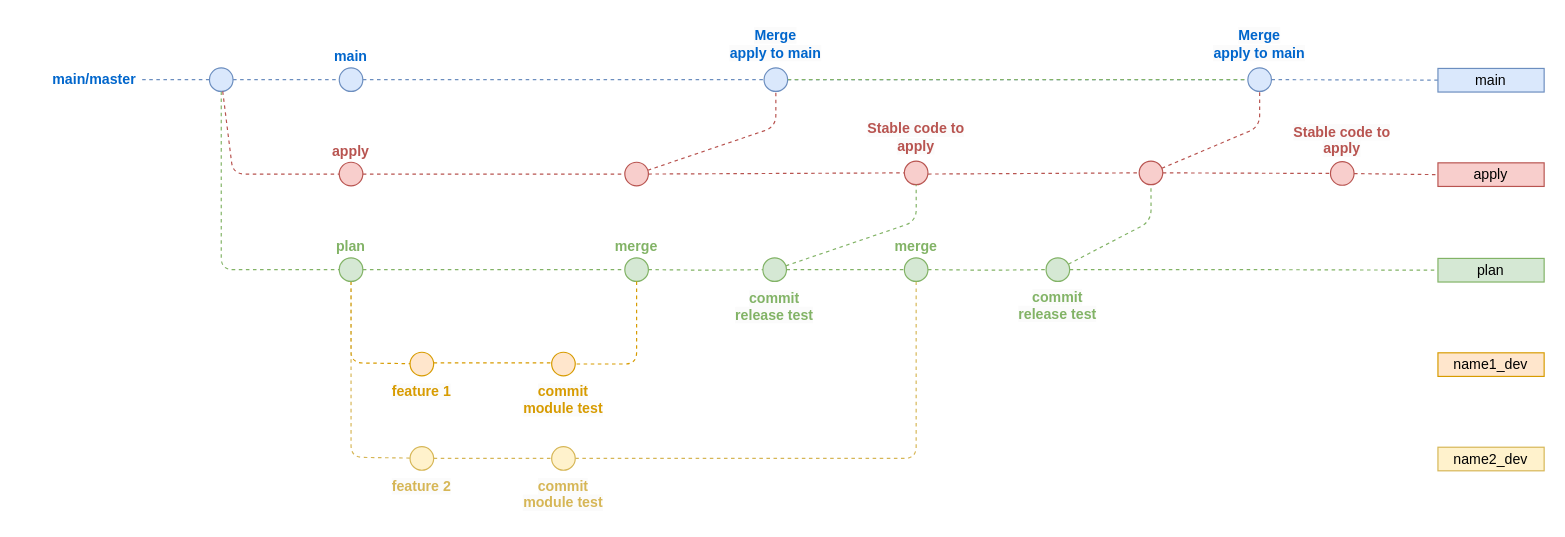
Before: img/branch.drawio in avaloqcloud/acf_devops, a draw.io diagram. Source tidied: cells renumbered, new cells numbered last; positions are measured from the earlier drawing's top-left corner, leaving out a move shared by most shapes. Both pictures are drawn from the tidied source at 118%, with x=0, y=0 at pixel (20, 20).
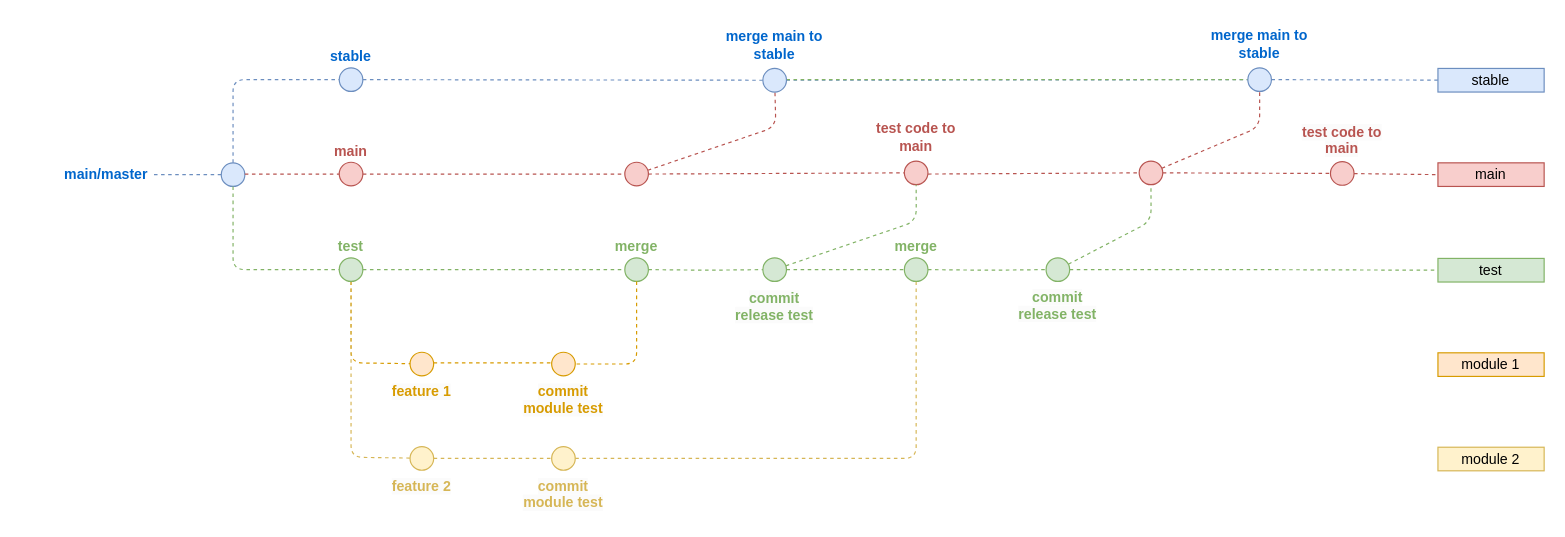
Above is the later version.

The change refers to these unchanged cells:
```xml
<mxCell id="40" style="group;" parent="1" vertex="1">
  <mxGeometry x="708.9" y="79" width="100" height="60" as="geometry" />
</mxCell>
<mxCell id="68" style="group;" parent="1" vertex="1">
  <mxGeometry x="1000" width="100" height="60" as="geometry" />
</mxCell>
```

What changed in the source:
```diff
@@
-    <mxCell id="3" style="edgeStyle=orthogonalEdgeStyle;rounded=1;jettySize=auto;html=1;dashed=1;endArrow=none;endFill=0;fillColor=#d5e8d4;strokeColor=#82b366;entryX=0;entryY=0.5;entryDx=0;entryDy=0;" parent="1" edge="1" source="4" target="47">
-      <mxGeometry relative="1" as="geometry">
-        <Array as="points">
-          <mxPoint x="170" y="211" />
-        </Array>
-      </mxGeometry>
-    </mxCell>
     <mxCell id="4" style="ellipse;whiteSpace=wrap;html=1;fillColor=#dae8fc;strokeColor=#6c8ebf;fontStyle=1;labelPosition=center;verticalLabelPosition=top;align=center;verticalAlign=bottom;fontColor=#0066CC;" parent="1" vertex="1">
-      <mxGeometry x="160" y="40" width="20" height="20" as="geometry" />
+      <mxGeometry x="170" y="120.5" width="20" height="20" as="geometry" />
     </mxCell>
-    <mxCell id="5" value="main" style="text;html=1;strokeColor=#6c8ebf;fillColor=#dae8fc;align=center;verticalAlign=middle;whiteSpace=wrap;rounded=0;" parent="1" vertex="1">
+    <mxCell id="5" value="stable" style="text;html=1;strokeColor=#6c8ebf;fillColor=#dae8fc;align=center;verticalAlign=middle;whiteSpace=wrap;rounded=0;" parent="1" vertex="1">
       <mxGeometry x="1201.1" y="40.5" width="90" height="20" as="geometry" />
     </mxCell>
@@
-    <mxCell id="7" value="apply" style="text;html=1;strokeColor=#b85450;fillColor=#f8cecc;align=center;verticalAlign=middle;whiteSpace=wrap;rounded=0;" parent="1" vertex="1">
+    <mxCell id="7" value="main" style="text;html=1;strokeColor=#b85450;fillColor=#f8cecc;align=center;verticalAlign=middle;whiteSpace=wrap;rounded=0;" parent="1" vertex="1">
       <mxGeometry x="1201.1" y="120.5" width="90" height="20" as="geometry" />
     </mxCell>
@@
-    <mxCell id="10" value="plan" style="text;html=1;strokeColor=#82b366;fillColor=#d5e8d4;align=center;verticalAlign=middle;whiteSpace=wrap;rounded=0;" parent="1" vertex="1">
+    <mxCell id="10" value="test" style="text;html=1;strokeColor=#82b366;fillColor=#d5e8d4;align=center;verticalAlign=middle;whiteSpace=wrap;rounded=0;" parent="1" vertex="1">
       <mxGeometry x="1201.1" y="201.5" width="90" height="20" as="geometry" />
     </mxCell>
@@
     <mxCell id="14" style="endArrow=none;dashed=1;html=1;fillColor=#dae8fc;strokeColor=#6c8ebf;entryX=0;entryY=0.5;entryDx=0;entryDy=0;" parent="1" edge="1" source="4" target="23">
       <mxGeometry relative="1" as="geometry">
         <Array as="points">
-          <mxPoint x="210" y="50" />
+          <mxPoint x="180" y="50" />
         </Array>
       </mxGeometry>
     </mxCell>
@@
-    <mxCell id="18" value="name1_dev" style="text;html=1;strokeColor=#d79b00;fillColor=#ffe6cc;align=center;verticalAlign=middle;whiteSpace=wrap;rounded=0;" parent="1" vertex="1">
+    <mxCell id="18" value="module 1" style="text;html=1;strokeColor=#d79b00;fillColor=#ffe6cc;align=center;verticalAlign=middle;whiteSpace=wrap;rounded=0;" parent="1" vertex="1">
       <mxGeometry x="1201.1" y="281.5" width="90" height="20" as="geometry" />
     </mxCell>
-    <mxCell id="19" value="name2_dev" style="text;html=1;strokeColor=#d6b656;fillColor=#fff2cc;align=center;verticalAlign=middle;whiteSpace=wrap;rounded=0;" parent="1" vertex="1">
+    <mxCell id="19" value="module 2" style="text;html=1;strokeColor=#d6b656;fillColor=#fff2cc;align=center;verticalAlign=middle;whiteSpace=wrap;rounded=0;" parent="1" vertex="1">
       <mxGeometry x="1201.1" y="361.5" width="90" height="20" as="geometry" />
     </mxCell>
@@
-    <mxCell id="23" value="main" style="ellipse;whiteSpace=wrap;html=1;fillColor=#dae8fc;strokeColor=#6c8ebf;fontStyle=1;labelPosition=center;verticalLabelPosition=top;align=center;verticalAlign=bottom;fontColor=#0066CC;" parent="1" vertex="1">
+    <mxCell id="23" value="stable" style="ellipse;whiteSpace=wrap;html=1;fillColor=#dae8fc;strokeColor=#6c8ebf;fontStyle=1;labelPosition=center;verticalLabelPosition=top;align=center;verticalAlign=bottom;fontColor=#0066CC;" parent="1" vertex="1">
       <mxGeometry x="270" y="40" width="20" height="20" as="geometry" />
     </mxCell>
@@
     <mxCell id="26" value="&lt;span style=&quot;color: rgb(0, 102, 204); font-family: Helvetica; font-size: 12px; font-style: normal; font-variant-ligatures: normal; font-variant-caps: normal; font-weight: 700; letter-spacing: normal; orphans: 2; text-indent: 0px; text-transform: none; widows: 2; word-spacing: 0px; -webkit-text-stroke-width: 0px; text-decoration-thickness: initial; text-decoration-style: initial; text-decoration-color: initial; float: none; display: inline !important;&quot;&gt;main/master&lt;/span&gt;" style="text;whiteSpace=wrap;html=1;align=right;verticalAlign=middle;labelBackgroundColor=default;" parent="1" vertex="1">
-      <mxGeometry y="30" width="100" height="40" as="geometry" />
+      <mxGeometry x="10" y="110.5" width="100" height="40" as="geometry" />
     </mxCell>
@@
     <mxCell id="37" style="group;" parent="1" vertex="1">
-      <mxGeometry x="590" width="100" height="60" as="geometry" />
+      <mxGeometry x="589" y="0.5" width="100" height="60" as="geometry" />
     </mxCell>
@@
-    <mxCell id="39" value="&lt;span style=&quot;color: rgb(0, 102, 204); font-family: Helvetica; font-size: 12px; font-style: normal; font-variant-ligatures: normal; font-variant-caps: normal; font-weight: 700; letter-spacing: normal; orphans: 2; text-indent: 0px; text-transform: none; widows: 2; word-spacing: 0px; -webkit-text-stroke-width: 0px; background-color: rgb(251, 251, 251); text-decoration-thickness: initial; text-decoration-style: initial; text-decoration-color: initial; float: none; display: inline !important;&quot;&gt;Merge &lt;br&gt;apply to main&lt;/span&gt;" style="text;whiteSpace=wrap;html=1;verticalAlign=middle;align=center;" parent="37" vertex="1">
+    <mxCell id="39" value="&lt;div style=&quot;orphans: 2; widows: 2;&quot;&gt;&lt;font color=&quot;#0066cc&quot;&gt;&lt;span style=&quot;caret-color: rgb(0, 102, 204);&quot;&gt;&lt;b&gt;merge main to stable&lt;/b&gt;&lt;/span&gt;&lt;/font&gt;&lt;/div&gt;" style="text;whiteSpace=wrap;html=1;verticalAlign=middle;align=center;" parent="37" vertex="1">
       <mxGeometry width="100" height="40" as="geometry" />
     </mxCell>
@@
-    <mxCell id="42" value="&lt;span style=&quot;font-family: Helvetica; font-size: 12px; font-style: normal; font-variant-ligatures: normal; font-variant-caps: normal; font-weight: 700; letter-spacing: normal; orphans: 2; text-indent: 0px; text-transform: none; widows: 2; word-spacing: 0px; -webkit-text-stroke-width: 0px; background-color: rgb(251, 251, 251); text-decoration-thickness: initial; text-decoration-style: initial; text-decoration-color: initial; float: none; display: inline !important;&quot;&gt;&lt;font color=&quot;#b85450&quot;&gt;Stable code to apply&lt;/font&gt;&lt;/span&gt;" style="text;whiteSpace=wrap;html=1;align=center;verticalAlign=middle;" parent="40" vertex="1">
-      <mxGeometry width="100" height="40" as="geometry" />
-    </mxCell>
@@
-    <mxCell id="44" style="endArrow=none;dashed=1;html=1;fillColor=#f8cecc;strokeColor=#b85450;entryX=0;entryY=0.5;entryDx=0;entryDy=0;endFill=0;" parent="1" edge="1" source="4" target="45">
+    <mxCell id="44" style="endArrow=none;dashed=1;html=1;fillColor=#f8cecc;strokeColor=#b85450;entryX=0;entryY=0.5;entryDx=0;entryDy=0;endFill=0;" parent="1" edge="1" target="45">
       <mxGeometry relative="1" as="geometry">
-        <Array as="points">
-          <mxPoint x="180" y="130" />
-        </Array>
+        <mxPoint x="190" y="130" as="sourcePoint" />
       </mxGeometry>
     </mxCell>
-    <mxCell id="45" value="apply" style="ellipse;whiteSpace=wrap;html=1;fillColor=#f8cecc;strokeColor=#b85450;fontStyle=1;labelPosition=center;verticalLabelPosition=top;align=center;verticalAlign=bottom;fontColor=#B85450;" parent="1" vertex="1">
+    <mxCell id="45" value="main" style="ellipse;whiteSpace=wrap;html=1;fillColor=#f8cecc;strokeColor=#b85450;fontStyle=1;labelPosition=center;verticalLabelPosition=top;align=center;verticalAlign=bottom;fontColor=#B85450;" parent="1" vertex="1">
       <mxGeometry x="270" y="120" width="20" height="20" as="geometry" />
     </mxCell>
@@
-    <mxCell id="47" value="&lt;font color=&quot;#82b366&quot;&gt;plan&lt;/font&gt;" style="ellipse;whiteSpace=wrap;html=1;fillColor=#d5e8d4;strokeColor=#82b366;fontStyle=1;labelPosition=center;verticalLabelPosition=top;align=center;verticalAlign=bottom;" parent="1" vertex="1">
+    <mxCell id="47" value="&lt;font color=&quot;#82b366&quot;&gt;test&lt;/font&gt;" style="ellipse;whiteSpace=wrap;html=1;fillColor=#d5e8d4;strokeColor=#82b366;fontStyle=1;labelPosition=center;verticalLabelPosition=top;align=center;verticalAlign=bottom;" parent="1" vertex="1">
       <mxGeometry x="270" y="201" width="20" height="20" as="geometry" />
     </mxCell>
@@
-    <mxCell id="65" value="&lt;span style=&quot;color: rgb(184, 84, 80); font-family: Helvetica; font-size: 12px; font-style: normal; font-variant-ligatures: normal; font-variant-caps: normal; font-weight: 700; letter-spacing: normal; orphans: 2; text-indent: 0px; text-transform: none; widows: 2; word-spacing: 0px; -webkit-text-stroke-width: 0px; background-color: rgb(251, 251, 251); text-decoration-thickness: initial; text-decoration-style: initial; text-decoration-color: initial; float: none; display: inline !important;&quot;&gt;Stable code to apply&lt;/span&gt;" style="text;whiteSpace=wrap;html=1;align=center;" parent="1" vertex="1">
+    <mxCell id="65" value="&lt;span style=&quot;color: rgb(184, 84, 80); font-family: Helvetica; font-size: 12px; font-style: normal; font-variant-ligatures: normal; font-variant-caps: normal; font-weight: 700; letter-spacing: normal; orphans: 2; text-indent: 0px; text-transform: none; widows: 2; word-spacing: 0px; -webkit-text-stroke-width: 0px; background-color: rgb(251, 251, 251); text-decoration-thickness: initial; text-decoration-style: initial; text-decoration-color: initial; float: none; display: inline !important;&quot;&gt;test code to main&lt;/span&gt;" style="text;whiteSpace=wrap;html=1;align=center;" parent="1" vertex="1">
       <mxGeometry x="1070" y="80.5" width="100" height="40" as="geometry" />
     </mxCell>
@@
-    <mxCell id="70" value="&lt;span style=&quot;color: rgb(0, 102, 204); font-family: Helvetica; font-size: 12px; font-style: normal; font-variant-ligatures: normal; font-variant-caps: normal; font-weight: 700; letter-spacing: normal; orphans: 2; text-indent: 0px; text-transform: none; widows: 2; word-spacing: 0px; -webkit-text-stroke-width: 0px; background-color: rgb(251, 251, 251); text-decoration-thickness: initial; text-decoration-style: initial; text-decoration-color: initial; float: none; display: inline !important;&quot;&gt;Merge &lt;br&gt;apply to main&lt;/span&gt;" style="text;whiteSpace=wrap;html=1;verticalAlign=middle;align=center;" parent="68" vertex="1">
+    <mxCell id="70" value="&lt;div style=&quot;orphans: 2; widows: 2;&quot;&gt;&lt;font color=&quot;#0066cc&quot;&gt;&lt;span style=&quot;caret-color: rgb(0, 102, 204);&quot;&gt;&lt;b&gt;merge main to stable&lt;/b&gt;&lt;/span&gt;&lt;/font&gt;&lt;/div&gt;" style="text;whiteSpace=wrap;html=1;verticalAlign=middle;align=center;" parent="68" vertex="1">
       <mxGeometry width="100" height="40" as="geometry" />
     </mxCell>
+    <mxCell id="3" style="edgeStyle=orthogonalEdgeStyle;rounded=1;jettySize=auto;html=1;dashed=1;endArrow=none;endFill=0;fillColor=#d5e8d4;strokeColor=#82b366;entryX=0;entryY=0.5;entryDx=0;entryDy=0;exitX=0.5;exitY=1;exitDx=0;exitDy=0;" parent="1" edge="1" source="4" target="47">
+      <mxGeometry relative="1" as="geometry">
+        <Array as="points">
+          <mxPoint x="180" y="211" />
+        </Array>
+      </mxGeometry>
+    </mxCell>
+    <mxCell id="42" value="&lt;font color=&quot;#b85450&quot;&gt;&lt;span style=&quot;caret-color: rgb(184, 84, 80);&quot;&gt;&lt;b&gt;test code to main&lt;/b&gt;&lt;/span&gt;&lt;/font&gt;" style="text;whiteSpace=wrap;html=1;align=center;verticalAlign=middle;" parent="1" vertex="1">
+      <mxGeometry x="708.9" y="79" width="100" height="40" as="geometry" />
+    </mxCell>
```
